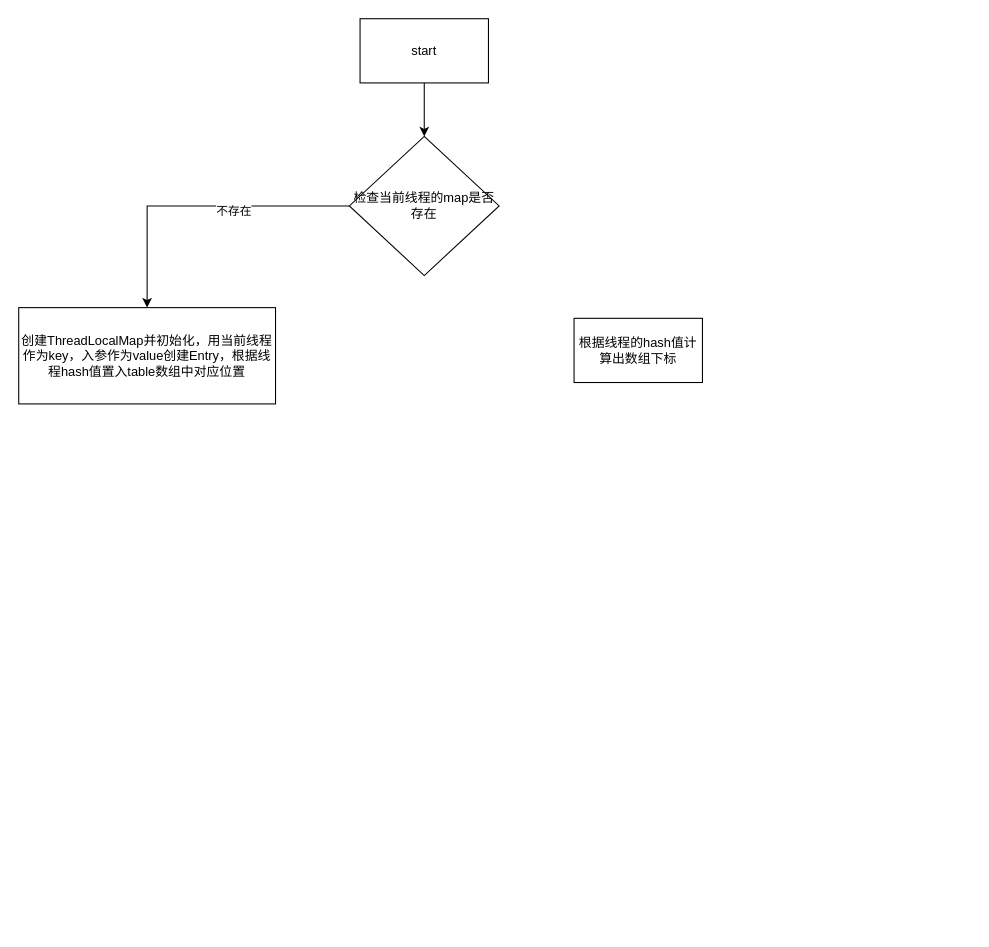
Before: page "set" (2 of 2) of graphics/ThreadLocal.drawio in xiaomingcong/learnAlgorithm, a draw.io diagram. Source tidied: cells renumbered, new cells numbered last; positions are measured from the earlier drawing's top-left corner, leaving out a move shared by most shapes. Both pictures are drawn from the tidied source at 107%, with x=0, y=0 at pixel (18, 18).
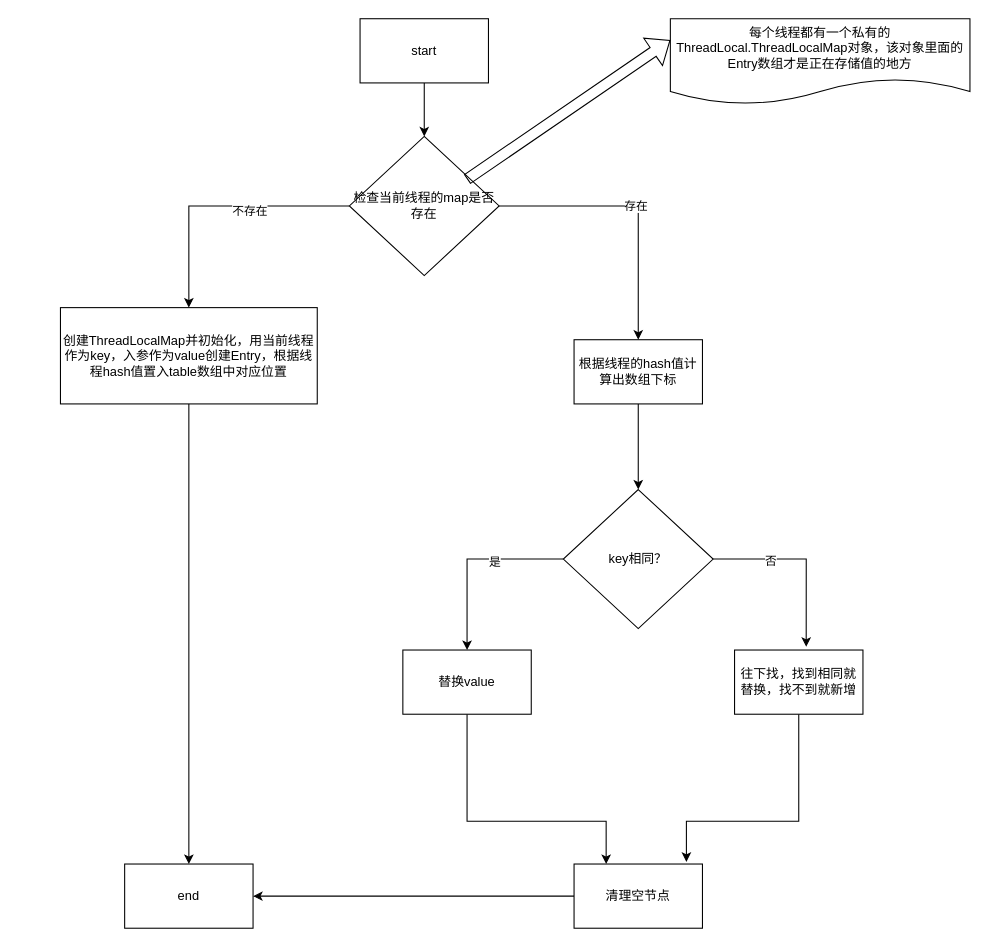
The same diagram, later.

The change refers to these unchanged cells:
```xml
<mxCell id="7" value="检查当前线程的map是否存在" style="rhombus;whiteSpace=wrap;html=1;fontFamily=Helvetica;fontSize=12;fontColor=default;" parent="1" vertex="1">
  <mxGeometry x="309" y="110" width="140" height="130" as="geometry" />
</mxCell>
```

Change to the diagram source:
```diff
@@
+    <mxCell id="9" style="edgeStyle=orthogonalEdgeStyle;rounded=0;jettySize=auto;html=1;entryX=0.5;entryY=0;entryDx=0;entryDy=0;" parent="1" edge="1" source="2" target="25">
+      <mxGeometry relative="1" as="geometry" />
+    </mxCell>
     <mxCell id="2" value="创建ThreadLocalMap并初始化，用当前线程作为key，入参作为value创建Entry，根据线程hash值置入table数组中对应位置" style="rounded=0;whiteSpace=wrap;html=1;" parent="1" vertex="1">
-      <mxGeometry y="270" width="240" height="90" as="geometry" />
+      <mxGeometry x="39" y="270" width="240" height="90" as="geometry" />
     </mxCell>
@@
+    <mxCell id="10" value="存在" style="edgeStyle=orthogonalEdgeStyle;rounded=0;jettySize=auto;html=1;entryX=0.5;entryY=0;entryDx=0;entryDy=0;" parent="1" edge="1" source="7" target="8">
+      <mxGeometry relative="1" as="geometry" />
+    </mxCell>
@@
+    <mxCell id="11" style="edgeStyle=orthogonalEdgeStyle;rounded=0;jettySize=auto;html=1;entryX=0.5;entryY=0;entryDx=0;entryDy=0;" parent="1" edge="1" source="8" target="18">
+      <mxGeometry relative="1" as="geometry" />
+    </mxCell>
     <mxCell id="8" value="根据线程的hash值计算出数组下标" style="whiteSpace=wrap;html=1;" parent="1" vertex="1">
-      <mxGeometry x="519" y="280" width="120" height="60" as="geometry" />
+      <mxGeometry x="519" y="300" width="120" height="60" as="geometry" />
     </mxCell>
+    <mxCell id="12" value="每个线程都有一个私有的ThreadLocal.ThreadLocalMap对象，该对象里面的Entry数组才是正在存储值的地方" style="shape=document;whiteSpace=wrap;html=1;boundedLbl=1;" parent="1" vertex="1">
+      <mxGeometry x="609" width="280" height="80" as="geometry" />
+    </mxCell>
+    <mxCell id="13" style="shape=flexArrow;endArrow=classic;html=1;rounded=0;entryX=0;entryY=0.25;entryDx=0;entryDy=0;exitX=0.786;exitY=0.308;exitDx=0;exitDy=0;exitPerimeter=0;" parent="1" edge="1" source="7" target="12">
+      <mxGeometry relative="1" as="geometry" />
+    </mxCell>
+    <mxCell id="14" style="edgeStyle=orthogonalEdgeStyle;rounded=0;jettySize=auto;html=1;entryX=0.5;entryY=0;entryDx=0;entryDy=0;" parent="1" edge="1" source="18" target="20">
+      <mxGeometry relative="1" as="geometry" />
+    </mxCell>
+    <mxCell id="15" value="是" style="edgeLabel;html=1;align=center;verticalAlign=middle;" parent="14" vertex="1">
+      <mxGeometry x="-0.26" y="2" relative="1" as="geometry" />
+    </mxCell>
+    <mxCell id="16" style="edgeStyle=orthogonalEdgeStyle;rounded=0;jettySize=auto;html=1;entryX=0.558;entryY=-0.05;entryDx=0;entryDy=0;entryPerimeter=0;" parent="1" edge="1" source="18" target="22">
+      <mxGeometry relative="1" as="geometry" />
+    </mxCell>
+    <mxCell id="17" value="否" style="edgeLabel;html=1;align=center;verticalAlign=middle;" parent="16" vertex="1">
+      <mxGeometry x="-0.37" y="-1" relative="1" as="geometry" />
+    </mxCell>
+    <mxCell id="18" value="key相同？" style="rhombus;whiteSpace=wrap;html=1;fontFamily=Helvetica;fontSize=12;fontColor=default;" parent="1" vertex="1">
+      <mxGeometry x="509" y="440" width="140" height="130" as="geometry" />
+    </mxCell>
+    <mxCell id="19" style="edgeStyle=orthogonalEdgeStyle;rounded=0;jettySize=auto;html=1;entryX=0.25;entryY=0;entryDx=0;entryDy=0;" parent="1" edge="1" source="20" target="24">
+      <mxGeometry relative="1" as="geometry">
+        <Array as="points">
+          <mxPoint x="419" y="750" />
+          <mxPoint x="549" y="750" />
+        </Array>
+      </mxGeometry>
+    </mxCell>
+    <mxCell id="20" value="替换value" style="whiteSpace=wrap;html=1;" parent="1" vertex="1">
+      <mxGeometry x="359" y="590" width="120" height="60" as="geometry" />
+    </mxCell>
+    <mxCell id="21" style="edgeStyle=orthogonalEdgeStyle;rounded=0;jettySize=auto;html=1;entryX=0.875;entryY=-0.033;entryDx=0;entryDy=0;entryPerimeter=0;" parent="1" edge="1" source="22" target="24">
+      <mxGeometry relative="1" as="geometry">
+        <Array as="points">
+          <mxPoint x="729" y="750" />
+          <mxPoint x="624" y="750" />
+        </Array>
+      </mxGeometry>
+    </mxCell>
+    <mxCell id="22" value="往下找，找到相同就替换，找不到就新增" style="whiteSpace=wrap;html=1;" parent="1" vertex="1">
+      <mxGeometry x="669" y="590" width="120" height="60" as="geometry" />
+    </mxCell>
+    <mxCell id="23" style="edgeStyle=orthogonalEdgeStyle;rounded=0;jettySize=auto;html=1;entryX=1;entryY=0.5;entryDx=0;entryDy=0;" parent="1" edge="1" source="24" target="25">
+      <mxGeometry relative="1" as="geometry" />
+    </mxCell>
+    <mxCell id="24" value="清理空节点" style="whiteSpace=wrap;html=1;" parent="1" vertex="1">
+      <mxGeometry x="519" y="790" width="120" height="60" as="geometry" />
+    </mxCell>
+    <mxCell id="25" value="end" style="whiteSpace=wrap;html=1;" parent="1" vertex="1">
+      <mxGeometry x="99" y="790" width="120" height="60" as="geometry" />
+    </mxCell>
```
